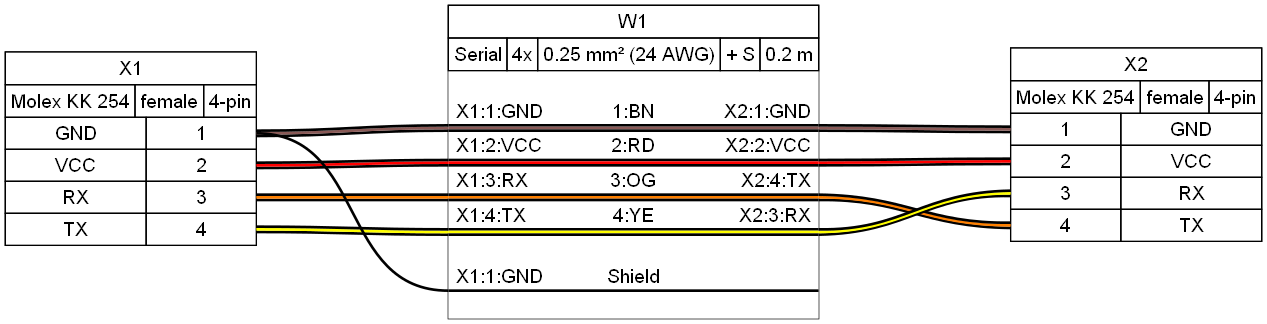
Above: examples/ex01.png in wireviz/WireViz (Graphviz), before the change. Its source is kept beside it as examples/ex01.gv.
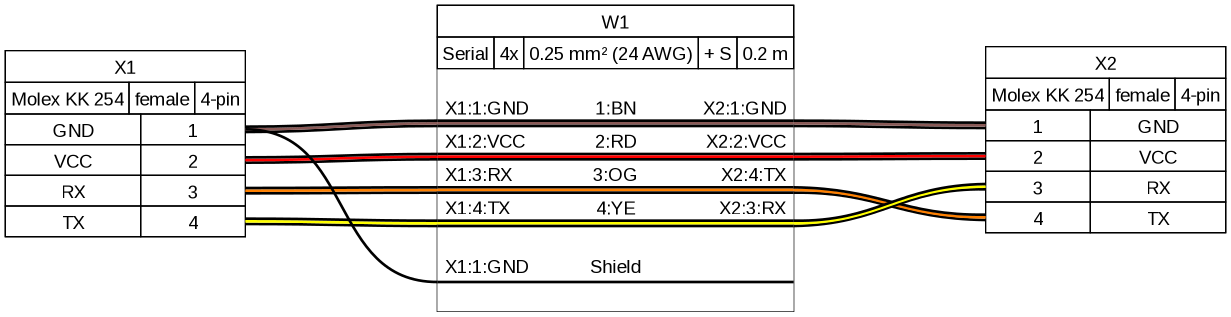
The same file after the commit.

Diff of the diagram source:
```diff
@@ -29,22 +29,18 @@
    <table border="0" cellborder="1" cellpadding="3" cellspacing="0">
     <tr>
      <td>GND</td>
-     []
      <td port="p1r">1</td>
     </tr>
     <tr>
      <td>VCC</td>
-     []
      <td port="p2r">2</td>
     </tr>
     <tr>
      <td>RX</td>
-     []
      <td port="p3r">3</td>
     </tr>
     <tr>
      <td>TX</td>
-     []
      <td port="p4r">4</td>
     </tr>
    </table>
@@ -80,22 +76,18 @@
     <tr>
      <td port="p1l">1</td>
      <td>GND</td>
-     []
     </tr>
     <tr>
      <td port="p2l">2</td>
      <td>VCC</td>
-     []
     </tr>
     <tr>
      <td port="p3l">3</td>
      <td>RX</td>
-     []
     </tr>
     <tr>
      <td port="p4l">4</td>
      <td>TX</td>
-     []
     </tr>
    </table>
   </td>
@@ -140,19 +132,7 @@
      <td align="right">X2:1:GND </td>
     </tr>
     <tr>
-     <td border="0" cellspacing="0" cellpadding="0" colspan="5" height="6" port="w1">
-      <table border="0" cellborder="0" cellspacing="0">
-       <tr>
-        <td bgcolor="#FFFFFF" border="0" cellpadding="0" colspan="5" height="2"></td>
-       </tr>
-       <tr>
-        <td bgcolor="#FFFFFF" border="0" cellpadding="0" colspan="5" height="2"></td>
-       </tr>
-       <tr>
-        <td bgcolor="#FFFFFF" border="0" cellpadding="0" colspan="5" height="2"></td>
-       </tr>
-      </table>
-     </td>
+     <td border="0" cellspacing="0" cellpadding="0" colspan="5" height="6" port="w1"></td>
     </tr>
     <tr>
      <td align="left"> X1:2:VCC</td>
@@ -162,19 +142,7 @@
      <td align="right">X2:2:VCC </td>
     </tr>
     <tr>
-     <td border="0" cellspacing="0" cellpadding="0" colspan="5" height="6" port="w2">
-      <table border="0" cellborder="0" cellspacing="0">
-       <tr>
-        <td bgcolor="#FFFFFF" border="0" cellpadding="0" colspan="5" height="2"></td>
-       </tr>
-       <tr>
-        <td bgcolor="#FFFFFF" border="0" cellpadding="0" colspan="5" height="2"></td>
-       </tr>
-       <tr>
-        <td bgcolor="#FFFFFF" border="0" cellpadding="0" colspan="5" height="2"></td>
-       </tr>
-      </table>
-     </td>
+     <td border="0" cellspacing="0" cellpadding="0" colspan="5" height="6" port="w2"></td>
     </tr>
     <tr>
      <td align="left"> X1:3:RX</td>
@@ -184,19 +152,7 @@
      <td align="right">X2:4:TX </td>
     </tr>
     <tr>
-     <td border="0" cellspacing="0" cellpadding="0" colspan="5" height="6" port="w3">
-      <table border="0" cellborder="0" cellspacing="0">
-       <tr>
-        <td bgcolor="#FFFFFF" border="0" cellpadding="0" colspan="5" height="2"></td>
-       </tr>
-       <tr>
-        <td bgcolor="#FFFFFF" border="0" cellpadding="0" colspan="5" height="2"></td>
-       </tr>
-       <tr>
-        <td bgcolor="#FFFFFF" border="0" cellpadding="0" colspan="5" height="2"></td>
-       </tr>
-      </table>
-     </td>
+     <td border="0" cellspacing="0" cellpadding="0" colspan="5" height="6" port="w3"></td>
     </tr>
     <tr>
      <td align="left"> X1:4:TX</td>
@@ -206,19 +162,7 @@
      <td align="right">X2:3:RX </td>
     </tr>
     <tr>
-     <td border="0" cellspacing="0" cellpadding="0" colspan="5" height="6" port="w4">
-      <table border="0" cellborder="0" cellspacing="0">
-       <tr>
-        <td bgcolor="#FFFFFF" border="0" cellpadding="0" colspan="5" height="2"></td>
-       </tr>
-       <tr>
-        <td bgcolor="#FFFFFF" border="0" cellpadding="0" colspan="5" height="2"></td>
-       </tr>
-       <tr>
-        <td bgcolor="#FFFFFF" border="0" cellpadding="0" colspan="5" height="2"></td>
-       </tr>
-      </table>
-     </td>
+     <td border="0" cellspacing="0" cellpadding="0" colspan="5" height="6" port="w4"></td>
     </tr>
     <tr>
      <td>&nbsp;</td>
@@ -231,13 +175,7 @@
      <td align="right"> </td>
     </tr>
     <tr>
-     <td border="0" cellspacing="0" cellpadding="0" colspan="5" height="2" port="w5">
-      <table border="0" cellborder="0" cellspacing="0">
-       <tr>
-        <td bgcolor="#FFFFFF" border="0" cellpadding="0" colspan="5" height="2"></td>
-       </tr>
-      </table>
-     </td>
+     <td border="0" cellspacing="0" cellpadding="0" colspan="5" height="6" port="w5"></td>
     </tr>
     <tr>
      <td>&nbsp;</td>
```
